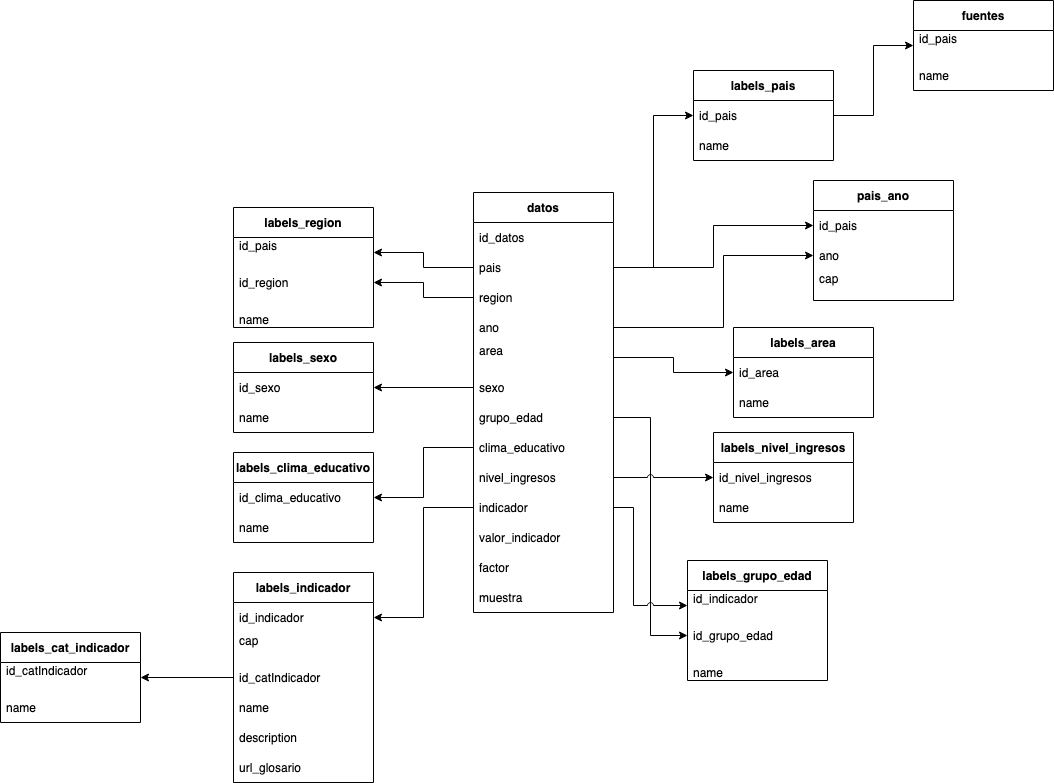
iiepdev/HackingEDPlanningV2-Challenge6 keeps this draw.io diagram as data_model_siteal.png. Above is the earlier version. Source tidied: cells renumbered, new cells last; positions are measured from the earlier drawing's top-left corner, leaving out a move shared by most shapes.
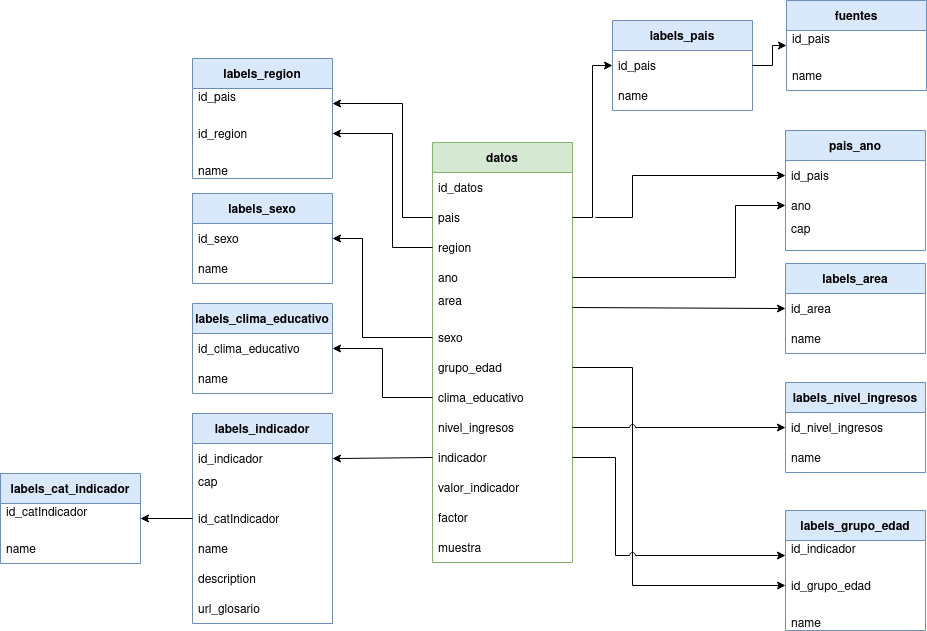
After the commit.

Commit message:
diagram (colors)

What changed in the source:
```diff
@@ -2,8 +2,8 @@
   <root>
     <mxCell id="0" />
     <mxCell id="1" parent="0" />
-    <mxCell id="2" value="labels_pais" style="swimlane;fontStyle=1;horizontal=1;startSize=30;" parent="1" vertex="1">
-      <mxGeometry x="693" y="70" width="140" height="90" as="geometry" />
+    <mxCell id="2" value="labels_pais" style="swimlane;fontStyle=1;horizontal=1;startSize=30;fillColor=#dae8fc;strokeColor=#6c8ebf;" parent="1" vertex="1">
+      <mxGeometry x="653" y="70" width="140" height="90" as="geometry" />
     </mxCell>
     <mxCell id="3" value="id_pais" style="text;strokeColor=none;fillColor=none;align=left;verticalAlign=middle;spacingLeft=4;spacingRight=4;overflow=hidden;points=[[0,0.5],[1,0.5]];portConstraint=eastwest;" parent="2" vertex="1">
       <mxGeometry y="30" width="140" height="30" as="geometry" />
@@ -11,8 +11,8 @@
     <mxCell id="4" value="name" style="text;strokeColor=none;fillColor=none;align=left;verticalAlign=middle;spacingLeft=4;spacingRight=4;overflow=hidden;" parent="2" vertex="1">
       <mxGeometry y="60" width="140" height="30" as="geometry" />
     </mxCell>
-    <mxCell id="5" value="labels_region" style="swimlane;fontStyle=1;horizontal=1;startSize=30;" parent="1" vertex="1">
-      <mxGeometry x="233" y="207" width="140" height="120" as="geometry" />
+    <mxCell id="5" value="labels_region" style="swimlane;fontStyle=1;horizontal=1;startSize=30;fillColor=#dae8fc;strokeColor=#6c8ebf;" parent="1" vertex="1">
+      <mxGeometry x="233" y="108" width="140" height="120" as="geometry" />
     </mxCell>
     <mxCell id="6" value="id_pais&#10;&#9;&#10;" style="text;strokeColor=none;fillColor=none;align=left;verticalAlign=middle;spacingLeft=4;spacingRight=4;overflow=hidden;points=[[0,0.5],[1,0.5]];portConstraint=eastwest;" parent="5" vertex="1">
       <mxGeometry y="30" width="140" height="30" as="geometry" />
@@ -23,8 +23,8 @@
     <mxCell id="8" value="&#10;name" style="text;strokeColor=none;fillColor=none;align=left;verticalAlign=middle;spacingLeft=4;spacingRight=4;overflow=hidden;" parent="5" vertex="1">
       <mxGeometry y="90" width="140" height="30" as="geometry" />
     </mxCell>
-    <mxCell id="9" value="labels_indicador" style="swimlane;fontStyle=1;horizontal=1;startSize=30;" parent="1" vertex="1">
-      <mxGeometry x="233" y="572" width="140" height="210" as="geometry" />
+    <mxCell id="9" value="labels_indicador" style="swimlane;fontStyle=1;horizontal=1;startSize=30;fillColor=#dae8fc;strokeColor=#6c8ebf;" parent="1" vertex="1">
+      <mxGeometry x="233" y="463" width="140" height="210" as="geometry" />
     </mxCell>
     <mxCell id="10" value="id_indicador" style="text;strokeColor=none;fillColor=none;align=left;verticalAlign=middle;spacingLeft=4;spacingRight=4;overflow=hidden;points=[[0,0.5],[1,0.5]];portConstraint=eastwest;" parent="9" vertex="1">
       <mxGeometry y="30" width="140" height="30" as="geometry" />
@@ -44,8 +44,8 @@
     <mxCell id="15" value="url_glosario" style="text;strokeColor=none;fillColor=none;align=left;verticalAlign=middle;spacingLeft=4;spacingRight=4;overflow=hidden;" parent="9" vertex="1">
       <mxGeometry y="180" width="140" height="30" as="geometry" />
     </mxCell>
-    <mxCell id="16" value="labels_grupo_edad" style="swimlane;fontStyle=1;horizontal=1;startSize=30;" parent="1" vertex="1">
-      <mxGeometry x="687" y="560" width="140" height="120" as="geometry" />
+    <mxCell id="16" value="labels_grupo_edad" style="swimlane;fontStyle=1;horizontal=1;startSize=30;fillColor=#dae8fc;strokeColor=#6c8ebf;" parent="1" vertex="1">
+      <mxGeometry x="826" y="560" width="140" height="120" as="geometry" />
     </mxCell>
     <mxCell id="17" value="id_indicador&#10;&#9;" style="text;strokeColor=none;fillColor=none;align=left;verticalAlign=middle;spacingLeft=4;spacingRight=4;overflow=hidden;points=[[0,0.5],[1,0.5]];portConstraint=eastwest;" parent="16" vertex="1">
       <mxGeometry y="30" width="140" height="30" as="geometry" />
@@ -56,8 +56,8 @@
     <mxCell id="19" value="&#10;name" style="text;strokeColor=none;fillColor=none;align=left;verticalAlign=middle;spacingLeft=4;spacingRight=4;overflow=hidden;" parent="16" vertex="1">
       <mxGeometry y="90" width="140" height="30" as="geometry" />
     </mxCell>
-    <mxCell id="20" value="labels_cat_indicador" style="swimlane;fontStyle=1;horizontal=1;startSize=30;" parent="1" vertex="1">
-      <mxGeometry y="632" width="140" height="90" as="geometry" />
+    <mxCell id="20" value="labels_cat_indicador" style="swimlane;fontStyle=1;horizontal=1;startSize=30;fillColor=#dae8fc;strokeColor=#6c8ebf;" parent="1" vertex="1">
+      <mxGeometry x="41" y="523" width="140" height="90" as="geometry" />
     </mxCell>
     <mxCell id="21" value="id_catIndicador&#10;&#9;" style="text;strokeColor=none;fillColor=none;align=left;verticalAlign=middle;spacingLeft=4;spacingRight=4;overflow=hidden;points=[[0,0.5],[1,0.5]];portConstraint=eastwest;" parent="20" vertex="1">
       <mxGeometry y="30" width="140" height="30" as="geometry" />
@@ -65,8 +65,8 @@
     <mxCell id="22" value="name" style="text;strokeColor=none;fillColor=none;align=left;verticalAlign=middle;spacingLeft=4;spacingRight=4;overflow=hidden;" parent="20" vertex="1">
       <mxGeometry y="60" width="140" height="30" as="geometry" />
     </mxCell>
-    <mxCell id="23" value="pais_ano" style="swimlane;fontStyle=1;horizontal=1;startSize=30;" parent="1" vertex="1">
-      <mxGeometry x="813" y="180" width="140" height="120" as="geometry" />
+    <mxCell id="23" value="pais_ano" style="swimlane;fontStyle=1;horizontal=1;startSize=30;fillColor=#dae8fc;strokeColor=#6c8ebf;" parent="1" vertex="1">
+      <mxGeometry x="826" y="180" width="140" height="120" as="geometry" />
     </mxCell>
     <mxCell id="24" value="id_pais" style="text;strokeColor=none;fillColor=none;align=left;verticalAlign=middle;spacingLeft=4;spacingRight=4;overflow=hidden;points=[[0,0.5],[1,0.5]];portConstraint=eastwest;" parent="23" vertex="1">
       <mxGeometry y="30" width="140" height="30" as="geometry" />
@@ -77,7 +77,7 @@
     <mxCell id="26" value="cap&#10;&#9;" style="text;strokeColor=none;fillColor=none;align=left;verticalAlign=middle;spacingLeft=4;spacingRight=4;overflow=hidden;" parent="23" vertex="1">
       <mxGeometry y="90" width="140" height="30" as="geometry" />
     </mxCell>
-    <mxCell id="27" value="&#10;datos &#10;" style="swimlane;fontStyle=1;horizontal=1;startSize=30;" parent="1" vertex="1">
+    <mxCell id="27" value="&#10;datos &#10;" style="swimlane;fontStyle=1;horizontal=1;startSize=30;fillColor=#d5e8d4;strokeColor=#82b366;" parent="1" vertex="1">
       <mxGeometry x="473" y="192" width="140" height="420" as="geometry" />
     </mxCell>
     <mxCell id="28" value="id_datos" style="text;strokeColor=none;fillColor=none;align=left;verticalAlign=middle;spacingLeft=4;spacingRight=4;overflow=hidden;" parent="27" vertex="1">
@@ -123,13 +123,23 @@
       <mxGeometry relative="1" as="geometry" />
     </mxCell>
     <mxCell id="42" style="edgeStyle=orthogonalEdgeStyle;rounded=0;jettySize=auto;html=1;jumpStyle=arc;" parent="1" edge="1" source="29" target="6">
-      <mxGeometry relative="1" as="geometry" />
+      <mxGeometry relative="1" as="geometry">
+        <Array as="points">
+          <mxPoint x="443" y="267" />
+          <mxPoint x="443" y="153" />
+        </Array>
+      </mxGeometry>
     </mxCell>
     <mxCell id="43" style="edgeStyle=orthogonalEdgeStyle;rounded=0;jettySize=auto;html=1;jumpStyle=arc;" parent="1" edge="1" source="30" target="7">
-      <mxGeometry relative="1" as="geometry" />
+      <mxGeometry relative="1" as="geometry">
+        <Array as="points">
+          <mxPoint x="433" y="297" />
+          <mxPoint x="433" y="183" />
+        </Array>
+      </mxGeometry>
     </mxCell>
-    <mxCell id="44" value="labels_area" style="swimlane;fontStyle=1;horizontal=1;startSize=30;" parent="1" vertex="1">
-      <mxGeometry x="733" y="327" width="140" height="90" as="geometry" />
+    <mxCell id="44" value="labels_area" style="swimlane;fontStyle=1;horizontal=1;startSize=30;fillColor=#dae8fc;strokeColor=#6c8ebf;" parent="1" vertex="1">
+      <mxGeometry x="826" y="313" width="140" height="90" as="geometry" />
     </mxCell>
     <mxCell id="45" value="id_area" style="text;strokeColor=none;fillColor=none;align=left;verticalAlign=middle;spacingLeft=4;spacingRight=4;overflow=hidden;points=[[0,0.5],[1,0.5]];portConstraint=eastwest;" parent="44" vertex="1">
       <mxGeometry y="30" width="140" height="30" as="geometry" />
@@ -137,11 +147,11 @@
     <mxCell id="46" value="name" style="text;strokeColor=none;fillColor=none;align=left;verticalAlign=middle;spacingLeft=4;spacingRight=4;overflow=hidden;" parent="44" vertex="1">
       <mxGeometry y="60" width="140" height="30" as="geometry" />
     </mxCell>
-    <mxCell id="47" style="edgeStyle=orthogonalEdgeStyle;rounded=0;jettySize=auto;html=1;jumpStyle=arc;" parent="1" edge="1" source="32" target="45">
+    <mxCell id="47" style="edgeStyle=orthogonalEdgeStyle;rounded=0;jettySize=auto;html=1;jumpStyle=arc;exitX=1;exitY=0.5;exitDx=0;exitDy=0;" parent="1" edge="1" source="32" target="45">
       <mxGeometry relative="1" as="geometry" />
     </mxCell>
-    <mxCell id="48" value="labels_sexo" style="swimlane;fontStyle=1;horizontal=1;startSize=30;" parent="1" vertex="1">
-      <mxGeometry x="233" y="342" width="140" height="90" as="geometry" />
+    <mxCell id="48" value="labels_sexo" style="swimlane;fontStyle=1;horizontal=1;startSize=30;fillColor=#dae8fc;strokeColor=#6c8ebf;" parent="1" vertex="1">
+      <mxGeometry x="233" y="243" width="140" height="90" as="geometry" />
     </mxCell>
     <mxCell id="49" value="id_sexo" style="text;strokeColor=none;fillColor=none;align=left;verticalAlign=middle;spacingLeft=4;spacingRight=4;overflow=hidden;points=[[0,0.5],[1,0.5]];portConstraint=eastwest;" parent="48" vertex="1">
       <mxGeometry y="30" width="140" height="30" as="geometry" />
@@ -150,26 +160,31 @@
       <mxGeometry y="60" width="140" height="30" as="geometry" />
     </mxCell>
     <mxCell id="51" style="edgeStyle=orthogonalEdgeStyle;rounded=0;jettySize=auto;html=1;jumpStyle=arc;" parent="1" edge="1" source="33" target="49">
-      <mxGeometry relative="1" as="geometry" />
+      <mxGeometry relative="1" as="geometry">
+        <Array as="points">
+          <mxPoint x="403" y="387" />
+          <mxPoint x="403" y="288" />
+        </Array>
+      </mxGeometry>
     </mxCell>
-    <mxCell id="52" style="edgeStyle=orthogonalEdgeStyle;rounded=0;jettySize=auto;html=1;jumpStyle=arc;" parent="1" edge="1" source="34" target="18">
+    <mxCell id="52" style="edgeStyle=orthogonalEdgeStyle;rounded=0;jettySize=auto;html=1;jumpStyle=arc;exitX=1;exitY=0.5;exitDx=0;exitDy=0;" parent="1" edge="1" source="34" target="18">
       <mxGeometry relative="1" as="geometry">
         <Array as="points">
-          <mxPoint x="650" y="417" />
-          <mxPoint x="650" y="635" />
+          <mxPoint x="673" y="417" />
+          <mxPoint x="673" y="635" />
         </Array>
       </mxGeometry>
     </mxCell>
-    <mxCell id="53" style="edgeStyle=orthogonalEdgeStyle;rounded=0;jettySize=auto;html=1;jumpStyle=arc;" parent="1" edge="1" source="37" target="17">
+    <mxCell id="53" style="edgeStyle=orthogonalEdgeStyle;rounded=0;jettySize=auto;html=1;jumpStyle=arc;exitX=1;exitY=0.5;exitDx=0;exitDy=0;" parent="1" edge="1" source="37" target="17">
       <mxGeometry relative="1" as="geometry">
         <Array as="points">
-          <mxPoint x="633" y="507" />
-          <mxPoint x="633" y="605" />
+          <mxPoint x="656" y="507" />
+          <mxPoint x="656" y="605" />
         </Array>
       </mxGeometry>
     </mxCell>
-    <mxCell id="54" value="labels_clima_educativo" style="swimlane;fontStyle=1;horizontal=1;startSize=30;" parent="1" vertex="1">
-      <mxGeometry x="233" y="452" width="140" height="90" as="geometry" />
+    <mxCell id="54" value="labels_clima_educativo" style="swimlane;fontStyle=1;horizontal=1;startSize=30;fillColor=#dae8fc;strokeColor=#6c8ebf;" parent="1" vertex="1">
+      <mxGeometry x="233" y="353" width="140" height="90" as="geometry" />
     </mxCell>
     <mxCell id="55" value="id_clima_educativo" style="text;strokeColor=none;fillColor=none;align=left;verticalAlign=middle;spacingLeft=4;spacingRight=4;overflow=hidden;points=[[0,0.5],[1,0.5]];portConstraint=eastwest;" parent="54" vertex="1">
       <mxGeometry y="30" width="140" height="30" as="geometry" />
@@ -183,22 +198,28 @@
     <mxCell id="58" style="edgeStyle=orthogonalEdgeStyle;rounded=0;jettySize=auto;html=1;jumpStyle=arc;" parent="1" edge="1" source="37" target="10">
       <mxGeometry relative="1" as="geometry" />
     </mxCell>
-    <mxCell id="59" style="edgeStyle=orthogonalEdgeStyle;rounded=0;jumpStyle=arc;jettySize=auto;html=1;exitX=1;exitY=0.5;exitDx=0;exitDy=0;" parent="1" edge="1" source="29" target="24">
-      <mxGeometry relative="1" as="geometry" />
+    <mxCell id="59" style="edgeStyle=orthogonalEdgeStyle;rounded=0;jumpStyle=arc;jettySize=auto;html=1;exitX=1;exitY=0.5;exitDx=0;exitDy=0;" parent="1" edge="1" target="24">
+      <mxGeometry relative="1" as="geometry">
+        <mxPoint x="636" y="267" as="sourcePoint" />
+        <Array as="points">
+          <mxPoint x="673" y="267" />
+          <mxPoint x="673" y="225" />
+        </Array>
+      </mxGeometry>
     </mxCell>
-    <mxCell id="60" style="edgeStyle=orthogonalEdgeStyle;rounded=0;jumpStyle=arc;jettySize=auto;html=1;entryX=0;entryY=0.5;entryDx=0;entryDy=0;" parent="1" edge="1" source="31" target="25">
+    <mxCell id="60" style="edgeStyle=orthogonalEdgeStyle;rounded=0;jumpStyle=arc;jettySize=auto;html=1;entryX=0;entryY=0.5;entryDx=0;entryDy=0;exitX=1;exitY=0.5;exitDx=0;exitDy=0;" parent="1" edge="1" source="31" target="25">
       <mxGeometry relative="1" as="geometry">
         <Array as="points">
-          <mxPoint x="723" y="327" />
-          <mxPoint x="723" y="255" />
+          <mxPoint x="776" y="327" />
+          <mxPoint x="776" y="255" />
         </Array>
       </mxGeometry>
     </mxCell>
     <mxCell id="61" style="edgeStyle=orthogonalEdgeStyle;rounded=0;jumpStyle=arc;jettySize=auto;html=1;" parent="1" edge="1" source="12" target="21">
       <mxGeometry relative="1" as="geometry" />
     </mxCell>
-    <mxCell id="62" value="labels_nivel_ingresos" style="swimlane;fontStyle=1;horizontal=1;startSize=30;" parent="1" vertex="1">
-      <mxGeometry x="713" y="432" width="140" height="90" as="geometry" />
+    <mxCell id="62" value="labels_nivel_ingresos" style="swimlane;fontStyle=1;horizontal=1;startSize=30;fillColor=#dae8fc;strokeColor=#6c8ebf;" parent="1" vertex="1">
+      <mxGeometry x="826" y="432" width="140" height="90" as="geometry" />
     </mxCell>
     <mxCell id="63" value="id_nivel_ingresos" style="text;strokeColor=none;fillColor=none;align=left;verticalAlign=middle;spacingLeft=4;spacingRight=4;overflow=hidden;points=[[0,0.5],[1,0.5]];portConstraint=eastwest;" parent="62" vertex="1">
       <mxGeometry y="30" width="140" height="30" as="geometry" />
@@ -209,8 +230,8 @@
     <mxCell id="65" style="edgeStyle=orthogonalEdgeStyle;rounded=0;jumpStyle=arc;jettySize=auto;html=1;" parent="1" edge="1" source="36" target="63">
       <mxGeometry relative="1" as="geometry" />
     </mxCell>
-    <mxCell id="66" value="fuentes" style="swimlane;fontStyle=1;horizontal=1;startSize=30;" parent="1" vertex="1">
-      <mxGeometry x="913" width="140" height="90" as="geometry" />
+    <mxCell id="66" value="fuentes" style="swimlane;fontStyle=1;horizontal=1;startSize=30;fillColor=#dae8fc;strokeColor=#6c8ebf;" parent="1" vertex="1">
+      <mxGeometry x="827" y="50" width="140" height="90" as="geometry" />
     </mxCell>
     <mxCell id="67" value="id_pais&#10;&#9;" style="text;strokeColor=none;fillColor=none;align=left;verticalAlign=middle;spacingLeft=4;spacingRight=4;overflow=hidden;points=[[0,0.5],[1,0.5]];portConstraint=eastwest;" parent="66" vertex="1">
       <mxGeometry y="30" width="140" height="30" as="geometry" />
```
